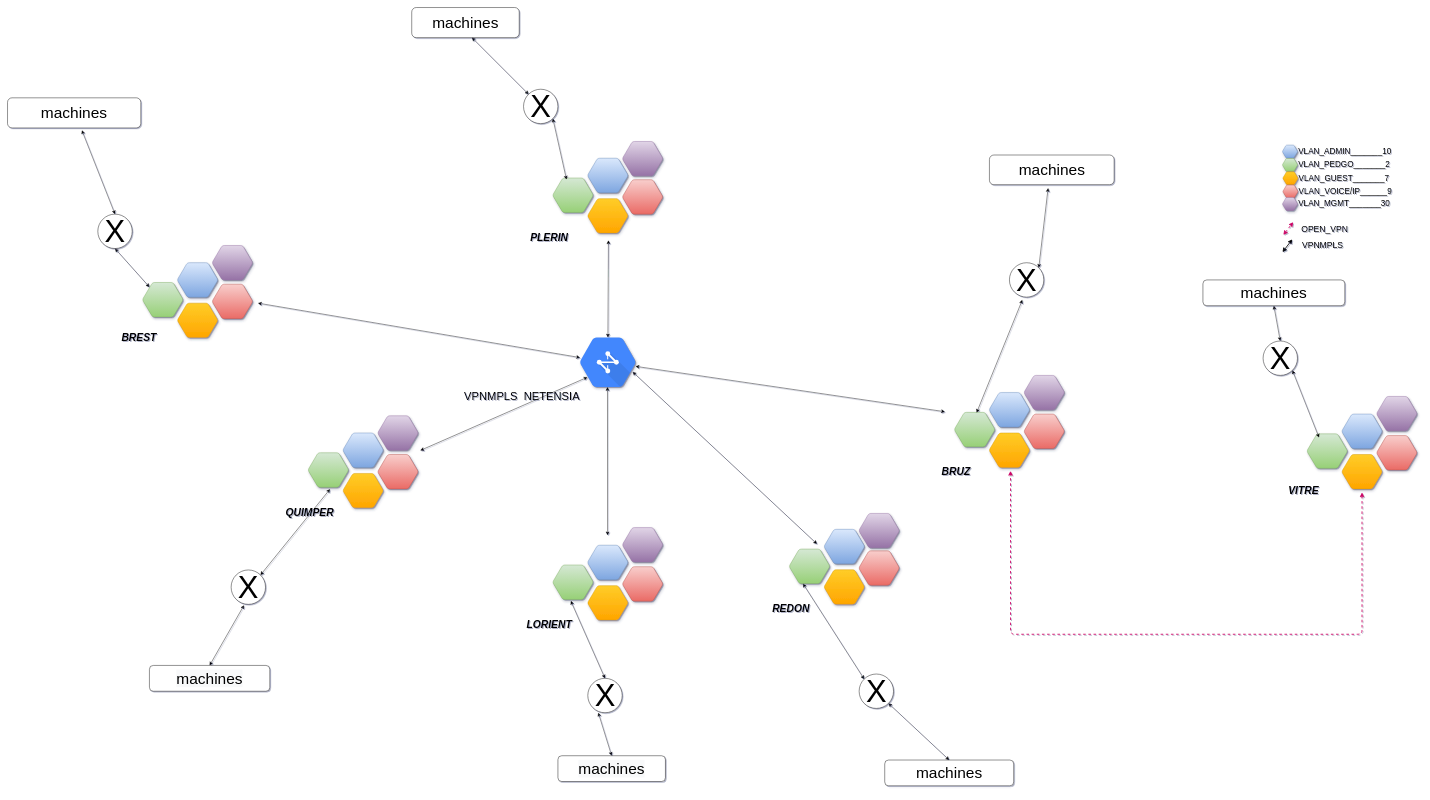
Above: Untitled Diagram.drawio in axel1234567890/AXELLLLL (draw.io), before the change. Source tidied: cells renumbered, new cells numbered last; positions are measured from the earlier drawing's top-left corner, leaving out a move shared by most shapes. Both pictures are drawn from the tidied source at 43%, with x=0, y=0 at pixel (7, 7).
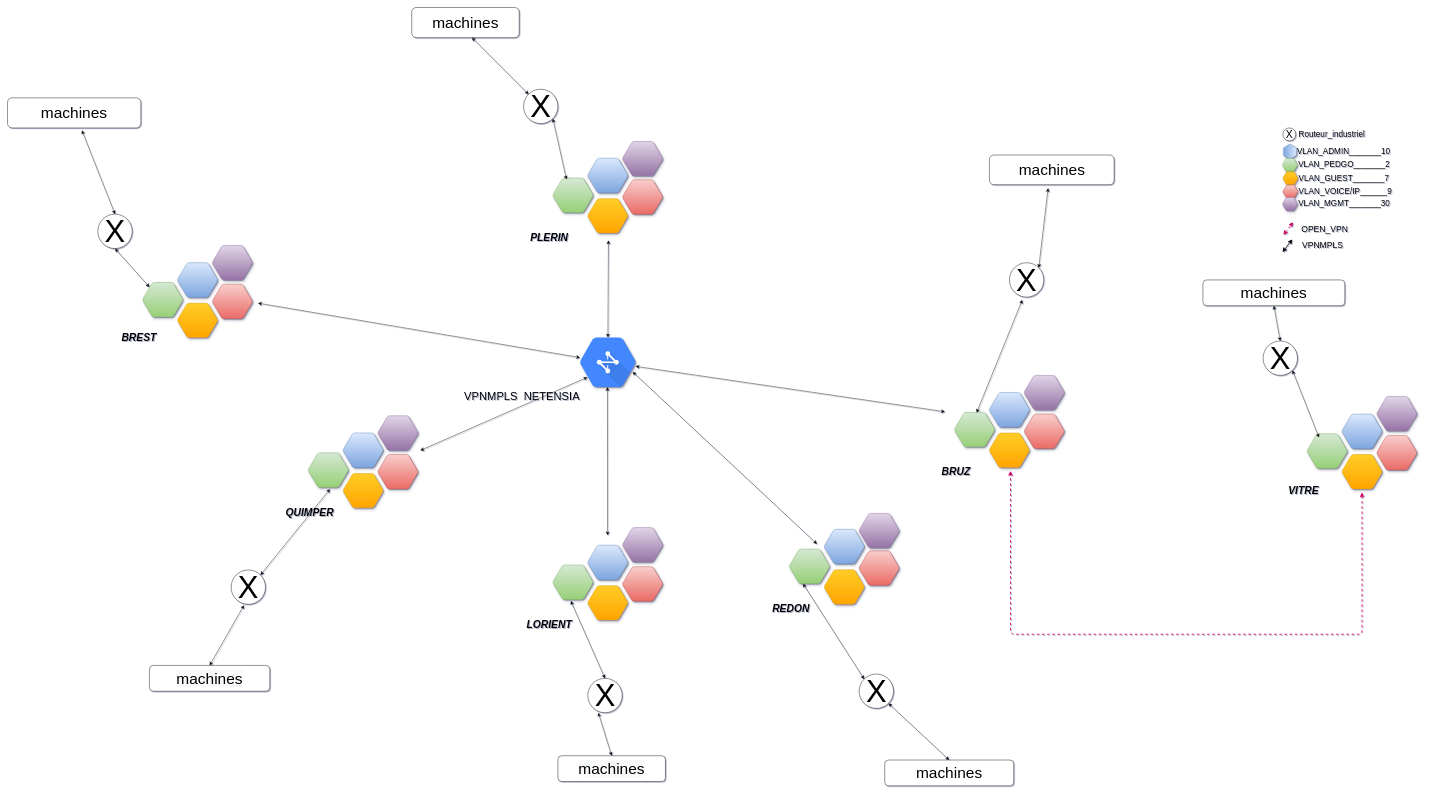
The same diagram, later.

Diff of the diagram source:
```diff
@@
-    <mxCell id="2" value="&lt;div&gt;VLAN_ADMIN_______10&lt;br&gt;&lt;/div&gt;" style="shape=mxgraph.gcp.extras.blue_hexagon;html=1;fillColor=#dae8fc;strokeColor=#6c8ebf;verticalLabelPosition=middle;verticalAlign=middle;align=left;shadow=1;labelPosition=right;fontSize=19;gradientColor=#7EA6E0;" parent="1" vertex="1">
-      <mxGeometry x="2965" y="320" width="34.9" height="30" as="geometry" />
+    <mxCell id="2" value="&lt;div&gt;VLAN_ADMIN_______10&lt;br&gt;&lt;/div&gt;" style="shape=mxgraph.gcp.extras.blue_hexagon;html=1;fillColor=#dae8fc;strokeColor=#6c8ebf;verticalLabelPosition=middle;verticalAlign=middle;align=left;shadow=1;labelPosition=right;fontSize=19;gradientColor=#7EA6E0;direction=south;" parent="1" vertex="1">
+      <mxGeometry x="2967.4" y="317.6" width="30" height="34.9" as="geometry" />
     </mxCell>
@@
+    <mxCell id="89" value="&lt;font style=&quot;font-size: 24px&quot;&gt;X&lt;/font&gt;" style="ellipse;whiteSpace=wrap;html=1;" parent="1" vertex="1">
+      <mxGeometry x="2966" y="280" width="30" height="30" as="geometry" />
+    </mxCell>
+    <mxCell id="90" value="Routeur_industriel" style="text;html=1;strokeColor=none;fillColor=none;align=center;verticalAlign=middle;whiteSpace=wrap;rounded=0;fontSize=19;" parent="1" vertex="1">
+      <mxGeometry x="3060" y="285" width="40" height="20" as="geometry" />
+    </mxCell>
```
